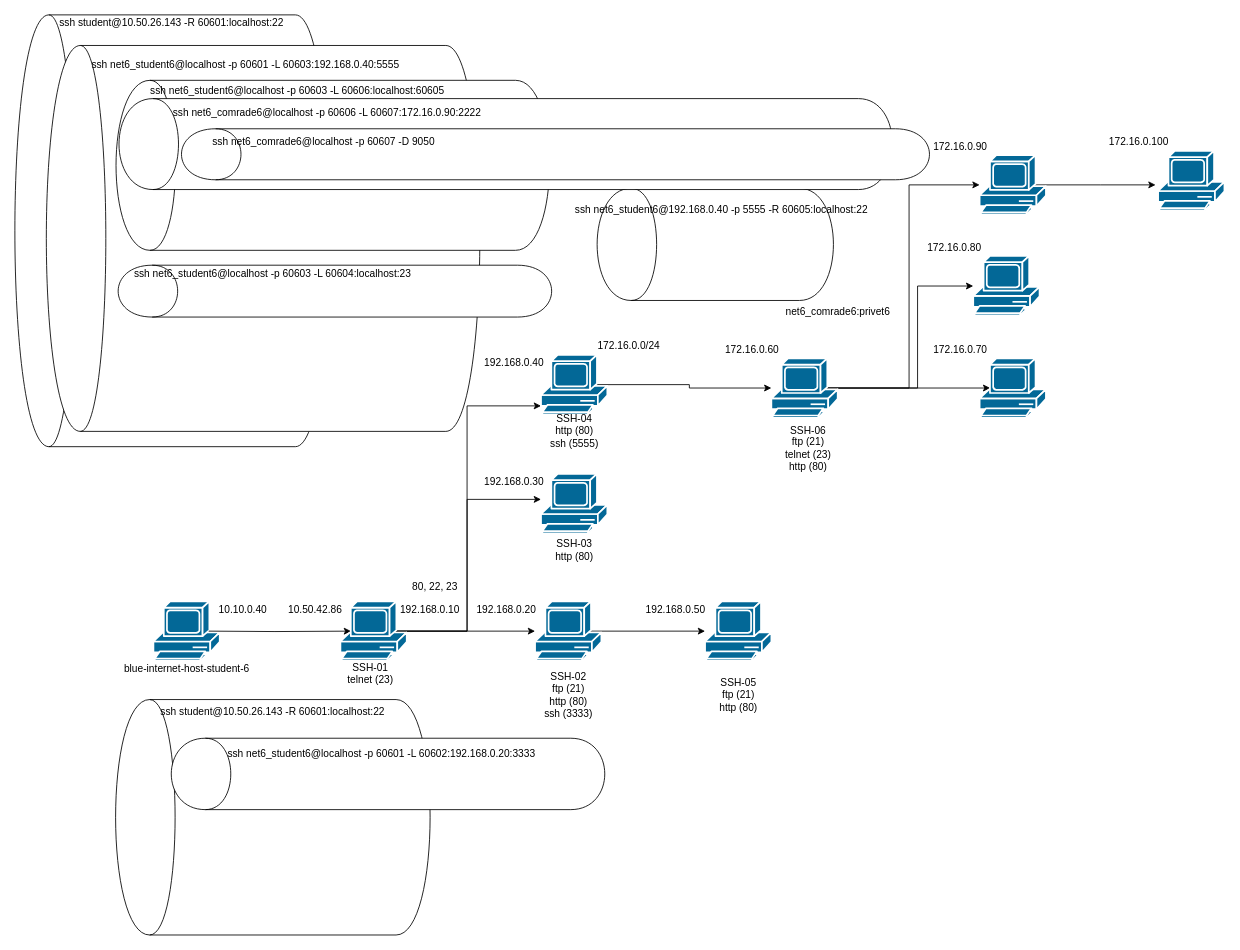
Above: page "Task 4 - Data Collection" (2 of 4) of TunnelingCTF.drawio in Animate3045/CCTCNetwork (draw.io), before the change. Source tidied: cells renumbered, new cells numbered last; positions are measured from the earlier drawing's top-left corner, leaving out a move shared by most shapes. Both pictures are drawn from the tidied source at 85%, with x=0, y=0 at pixel (-44, -243).
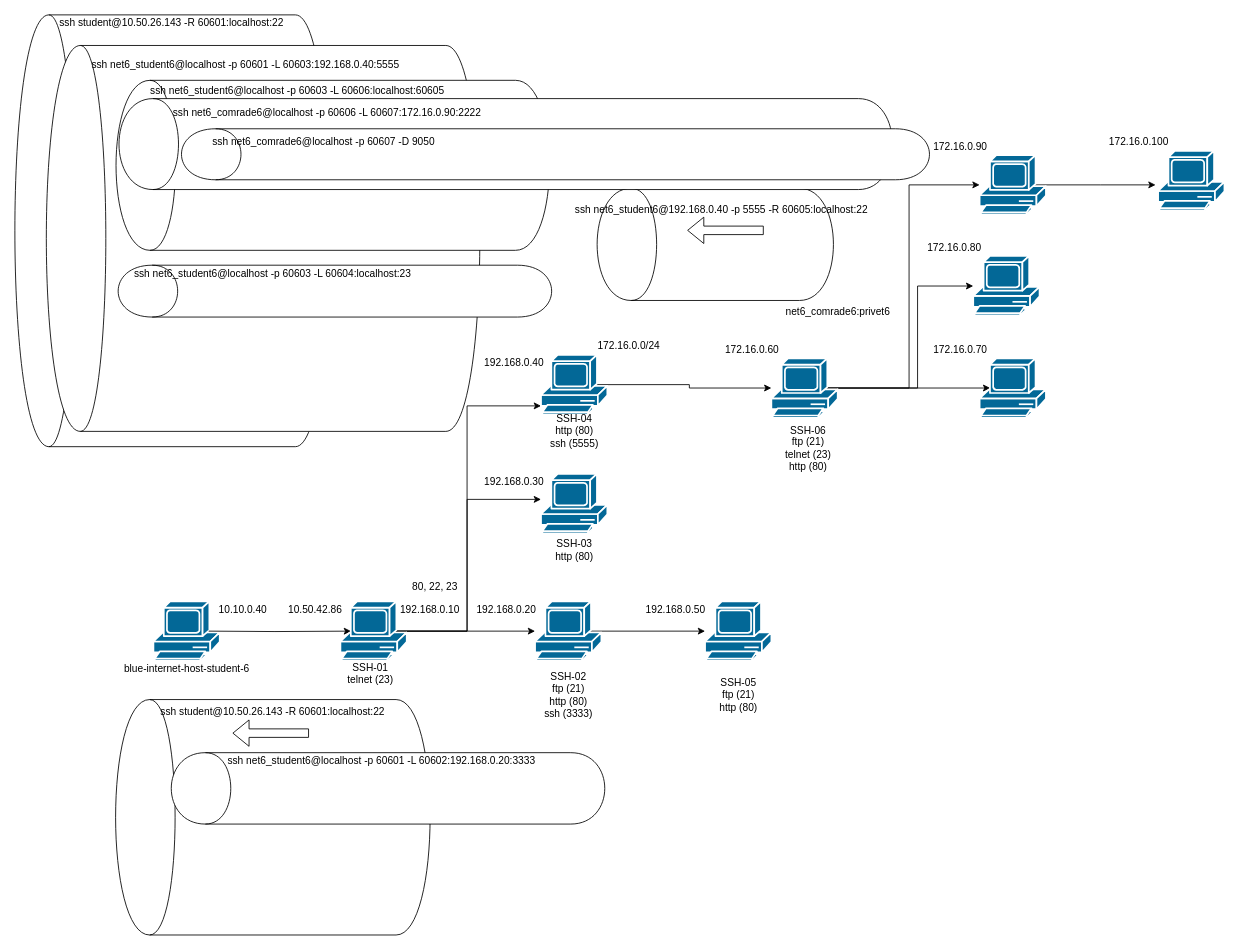
The same diagram, later.

The edit, as a diff of the source:
```diff
@@
     <mxCell id="29" style="shape=cylinder;whiteSpace=wrap;html=1;boundedLbl=1;backgroundOutline=1;rotation=-90;" parent="1" vertex="1">
-      <mxGeometry x="466" y="941" width="84" height="510" as="geometry" />
+      <mxGeometry x="466" y="958" width="84" height="510" as="geometry" />
     </mxCell>
     <mxCell id="30" value="ssh net6_student6@localhost -p 60601 -L 60602:192.168.0.20:3333" style="text;html=1;align=center;verticalAlign=middle;" parent="1" vertex="1">
-      <mxGeometry x="310" y="1163" width="380" height="20" as="geometry" />
+      <mxGeometry x="310" y="1171" width="380" height="20" as="geometry" />
     </mxCell>
@@
+    <mxCell id="63" style="shape=flexArrow;endArrow=classic;html=1;" parent="1" edge="1">
+      <mxGeometry relative="1" as="geometry">
+        <mxPoint x="415" y="1148" as="sourcePoint" />
+        <mxPoint x="325" y="1148" as="targetPoint" />
+      </mxGeometry>
+    </mxCell>
+    <mxCell id="64" style="shape=flexArrow;endArrow=classic;html=1;" parent="1" edge="1">
+      <mxGeometry relative="1" as="geometry">
+        <mxPoint x="950" y="556.5" as="sourcePoint" />
+        <mxPoint x="860" y="556.5" as="targetPoint" />
+      </mxGeometry>
+    </mxCell>
```
